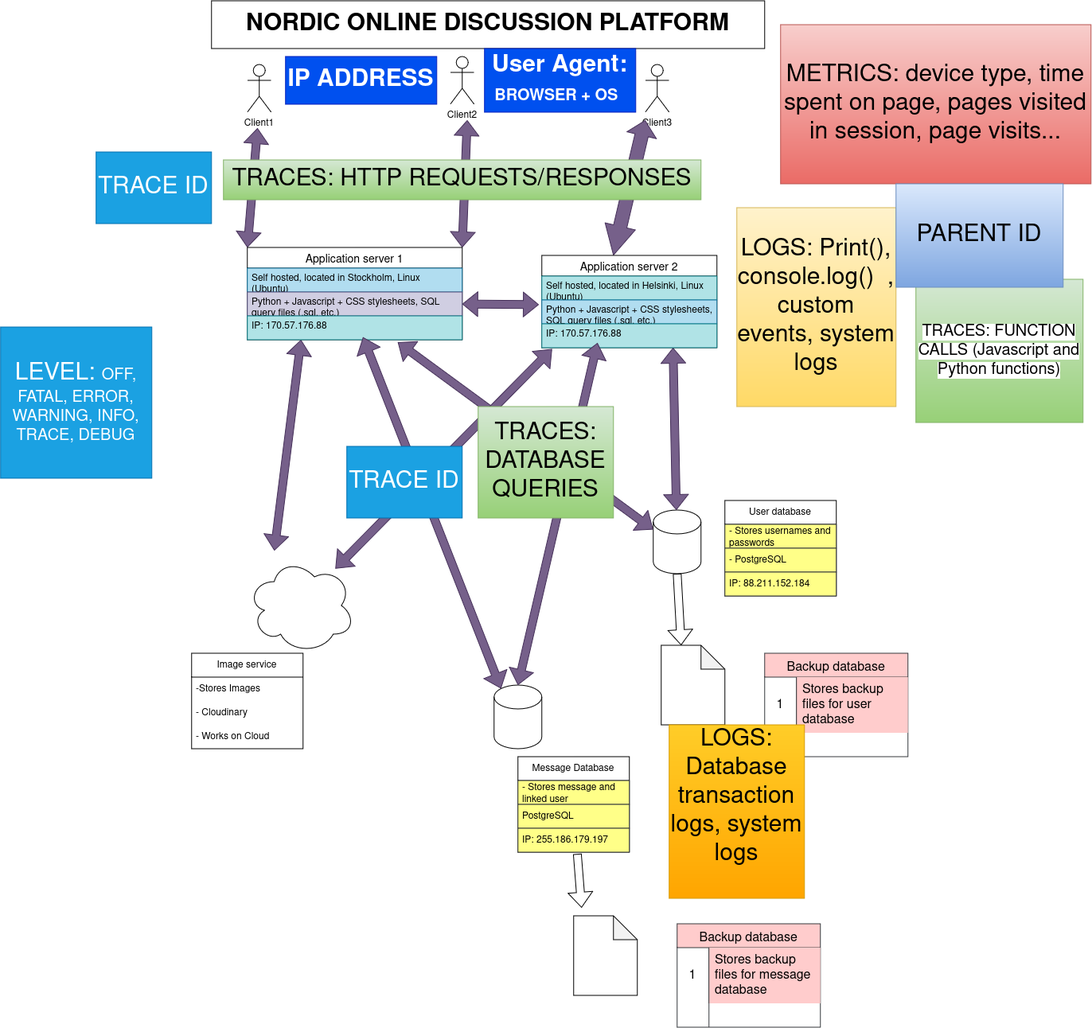
Above: Imaginary_software.drawio.png in Fault-Furious/Documents (draw.io), before the change. Source tidied: cells renumbered, new cells last; positions are measured from the earlier drawing's top-left corner, leaving out a move shared by most shapes.
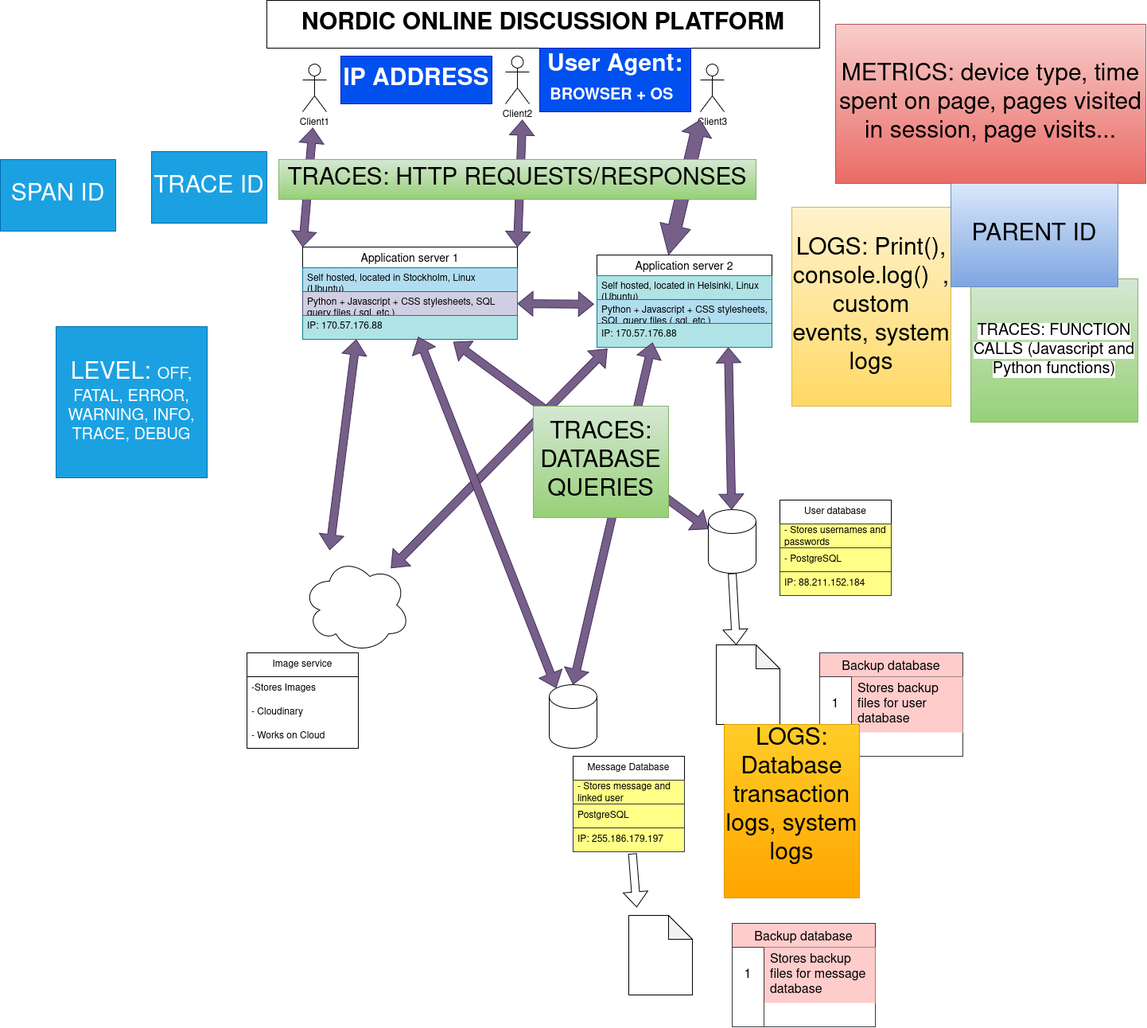
The same file after the commit.

Change to the diagram source:
```diff
@@ -211,8 +211,8 @@
     <mxCell id="65" value="&lt;font style=&quot;font-size: 30px;&quot;&gt;&lt;b&gt;User Agent: &lt;/b&gt;&lt;/font&gt;&lt;font style=&quot;font-size: 20px;&quot;&gt;&lt;b&gt;BROWSER + OS&lt;/b&gt;&lt;/font&gt;&lt;font style=&quot;font-size: 30px;&quot;&gt;&lt;b&gt;&amp;nbsp;&lt;/b&gt;&lt;/font&gt;" style="rounded=0;whiteSpace=wrap;html=1;fillColor=#0050ef;fontColor=#ffffff;strokeColor=#001DBC;" parent="1" vertex="1">
       <mxGeometry x="608" y="60" width="190" height="80" as="geometry" />
     </mxCell>
-    <mxCell id="66" value="&lt;font style=&quot;font-size: 30px;&quot;&gt;TRACE ID&lt;/font&gt;" style="rounded=0;whiteSpace=wrap;html=1;fillColor=#1ba1e2;fontColor=#ffffff;strokeColor=#006EAF;" parent="1" vertex="1">
-      <mxGeometry x="435" y="560" width="145" height="90" as="geometry" />
+    <mxCell id="66" value="&lt;font style=&quot;font-size: 30px;&quot;&gt;SPAN ID&lt;/font&gt;" style="rounded=0;whiteSpace=wrap;html=1;fillColor=#1ba1e2;fontColor=#ffffff;strokeColor=#006EAF;" parent="1" vertex="1">
+      <mxGeometry x="-70" y="200" width="145" height="90" as="geometry" />
     </mxCell>
     <mxCell id="67" value="&lt;div&gt;&lt;font style=&quot;font-size: 30px;&quot;&gt;LEVEL:&amp;nbsp;&lt;/font&gt;&lt;font style=&quot;font-size: 20px;&quot;&gt;OFF,&lt;/font&gt;&lt;/div&gt;&lt;div&gt;&lt;font style=&quot;font-size: 20px;&quot;&gt;FATAL, ERROR, WARNING, INFO, TRACE, DEBUG&lt;/font&gt;&lt;/div&gt;" style="rounded=0;whiteSpace=wrap;html=1;fillColor=#1ba1e2;fontColor=#ffffff;strokeColor=#006EAF;" parent="1" vertex="1">
       <mxGeometry y="410" width="190" height="190" as="geometry" />
```
